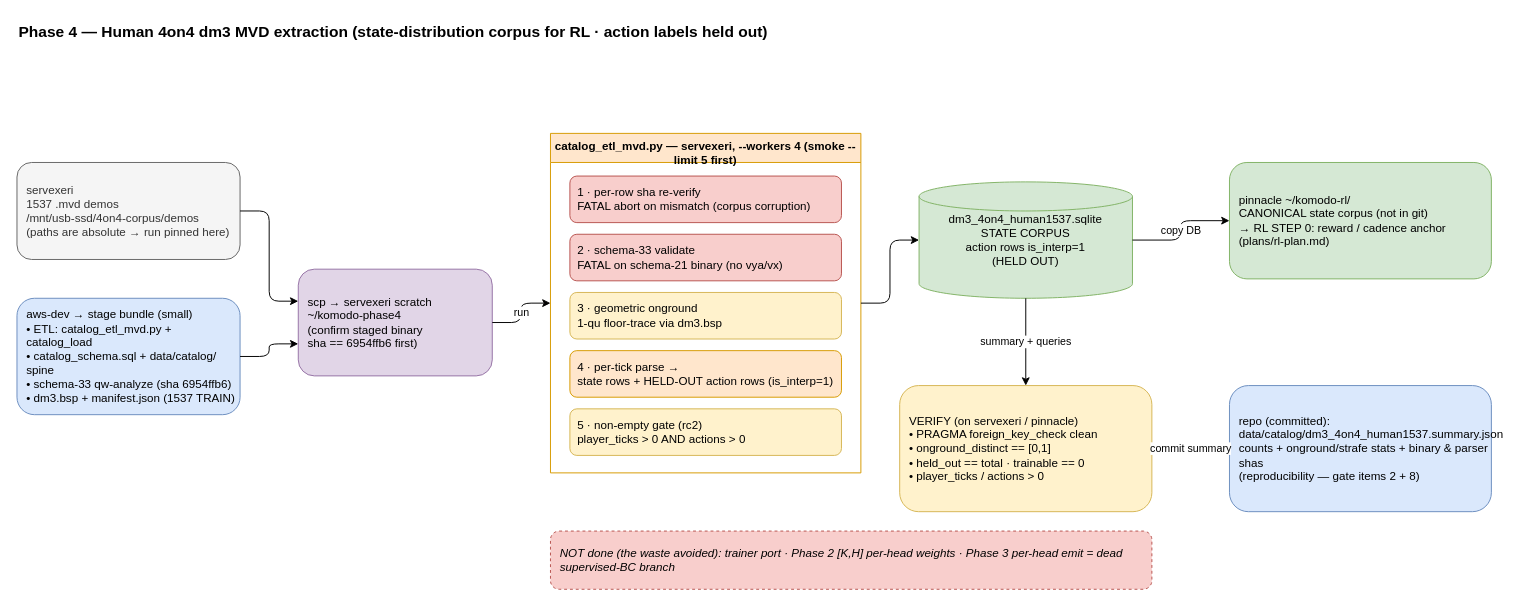
This is docs/diagrams/phase4_extraction.drawio from Xerialen/komodobots, a draw.io file, before an edit. Source tidied: cells renumbered, new cells numbered last; positions are measured from the earlier drawing's top-left corner, leaving out a move shared by most shapes. Both pictures are drawn from the tidied source at 97%, with x=0, y=0 at pixel (16, 16).
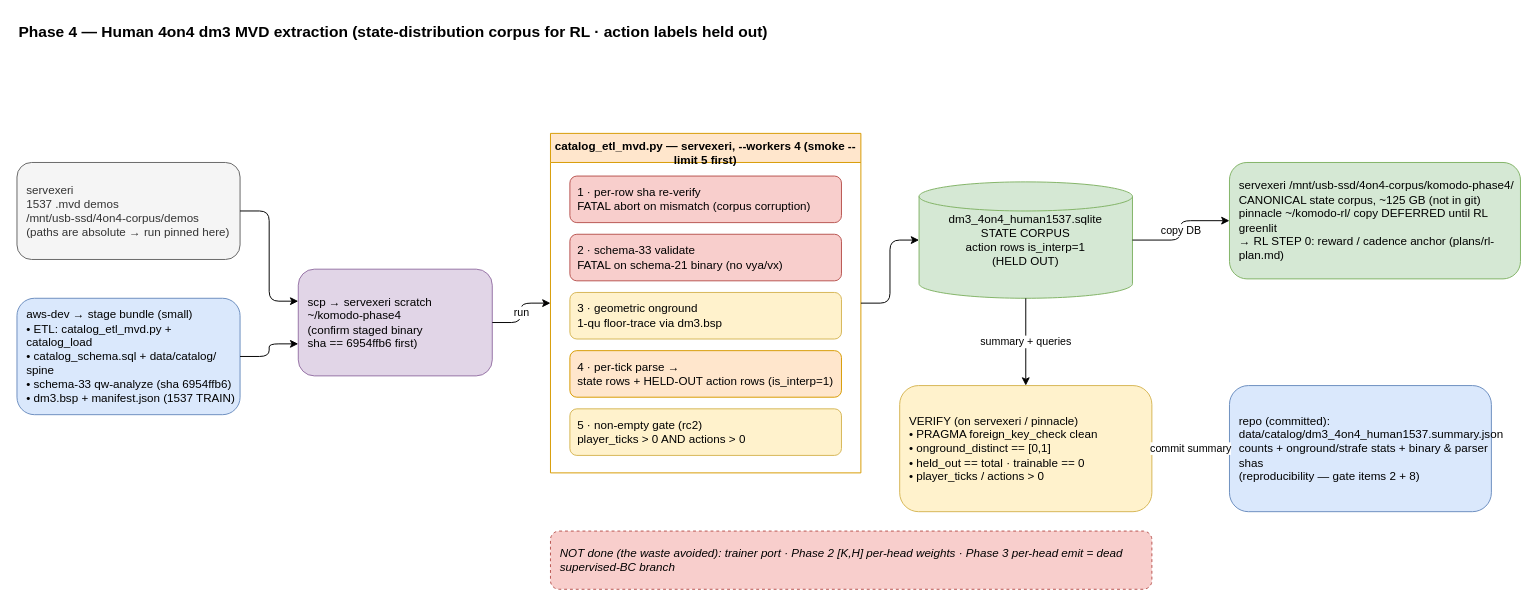
After the change.

Commit message:
docs/phase4: fix diagram corpus-landing location (servexeri canonical, pinnacle deferred)

Codex: the phase4_extraction diagram marked `pinnacle ~/komodo-rl/` as the CANONICAL state
corpus, contradicting the findings doc + provenance JSON (the ~125 GB DB stays on servexeri
`/mnt/usb-ssd/4on4-corpus/komodo-phase4/`; the pinnacle copy is DEFERRED until RL is greenlit).
Corrected the node so the RL STEP-0 handoff points operators at the right host/path.

Claude-Session: https://claude.ai/code/session_016TXaVA26CZHzG5FmnxAzjE

The edit, as a diff of the source:
```diff
@@
-    <mxCell id="14" value="pinnacle  ~/komodo-rl/&#10;CANONICAL state corpus (not in git)&#10;→ RL STEP 0: reward / cadence anchor&#10;(plans/rl-plan.md)" style="rounded=1;whiteSpace=wrap;html=1;fillColor=#d5e8d4;strokeColor=#82b366;align=left;spacingLeft=8;" parent="1" vertex="1">
-      <mxGeometry x="1250" y="150" width="270" height="120" as="geometry" />
+    <mxCell id="14" value="servexeri  /mnt/usb-ssd/4on4-corpus/komodo-phase4/&#10;CANONICAL state corpus, ~125 GB (not in git)&#10;pinnacle ~/komodo-rl/ copy DEFERRED until RL greenlit&#10;→ RL STEP 0: reward / cadence anchor (plans/rl-plan.md)" style="rounded=1;whiteSpace=wrap;html=1;fillColor=#d5e8d4;strokeColor=#82b366;align=left;spacingLeft=8;" parent="1" vertex="1">
+      <mxGeometry x="1250" y="150" width="300" height="120" as="geometry" />
     </mxCell>
```
